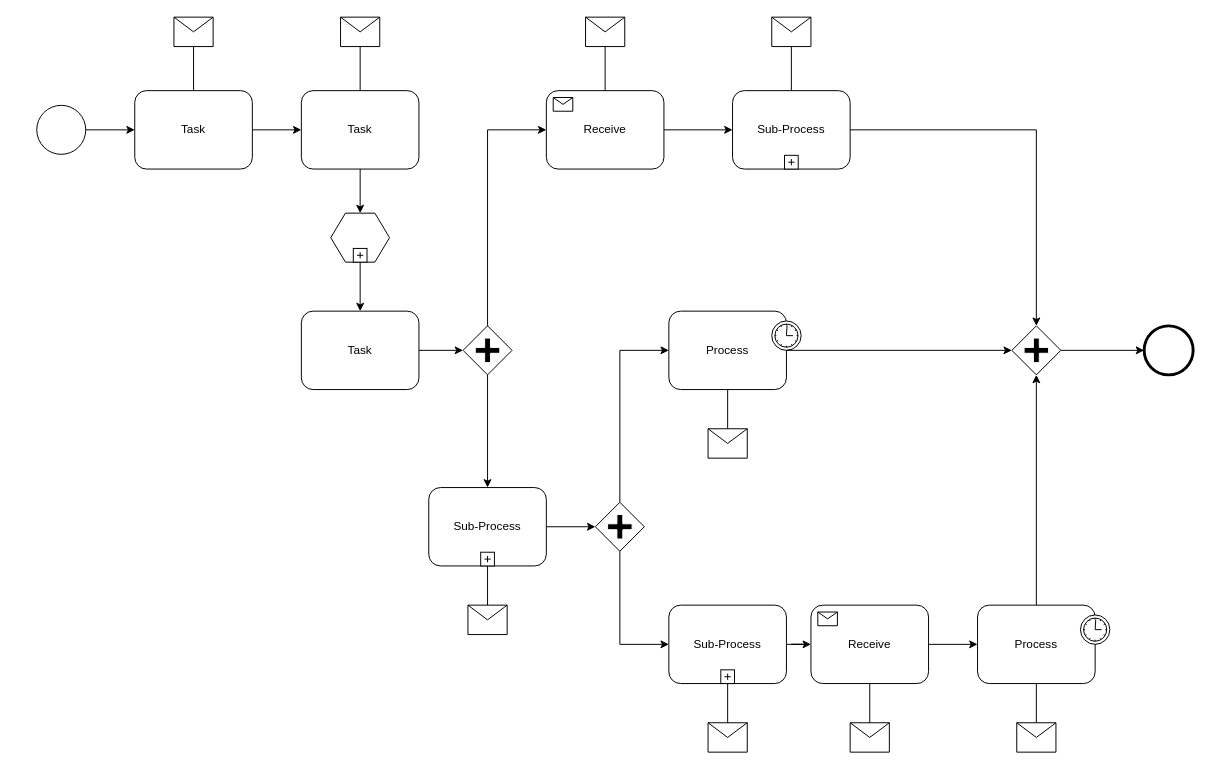
return2511/uml keeps this draw.io diagram as test.drawio. Above is the earlier version. Source tidied: cells renumbered, new cells numbered last; positions are measured from the earlier drawing's top-left corner, leaving out a move shared by most shapes. Both pictures are drawn from the tidied source at 98%, with x=0, y=0 at pixel (36, 17).
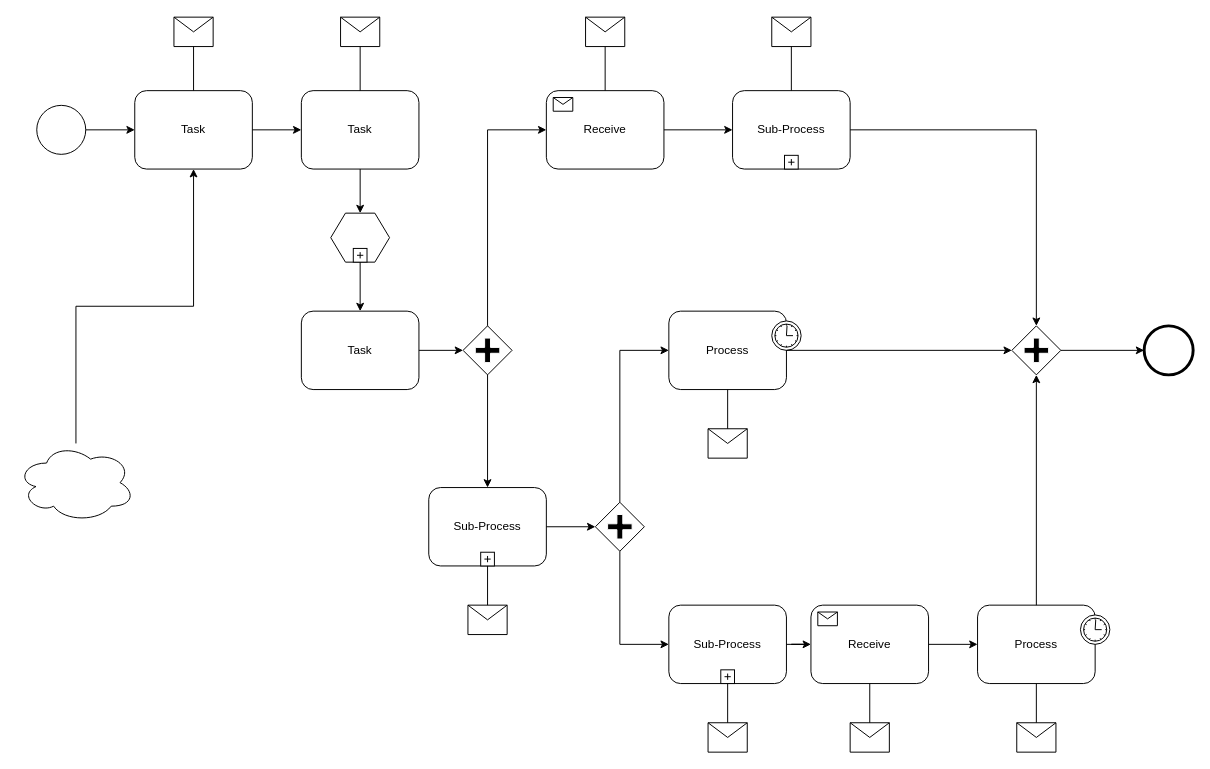
The same diagram, later.

Unchanged cells that the change refers to:
```xml
<mxCell id="3" value="Task" style="shape=ext;rounded=1;html=1;whiteSpace=wrap;" parent="1" vertex="1">
  <mxGeometry x="100" y="75" width="120" height="80" as="geometry" />
</mxCell>
```

Diff of the diagram source:
```diff
@@
+    <mxCell id="61" style="edgeStyle=orthogonalEdgeStyle;rounded=0;jettySize=auto;html=1;" parent="1" edge="1" source="62" target="3">
+      <mxGeometry relative="1" as="geometry" />
+    </mxCell>
+    <mxCell id="62" style="ellipse;shape=cloud;whiteSpace=wrap;html=1;" parent="1" vertex="1">
+      <mxGeometry x="-20" y="435" width="120" height="80" as="geometry" />
+    </mxCell>
```
